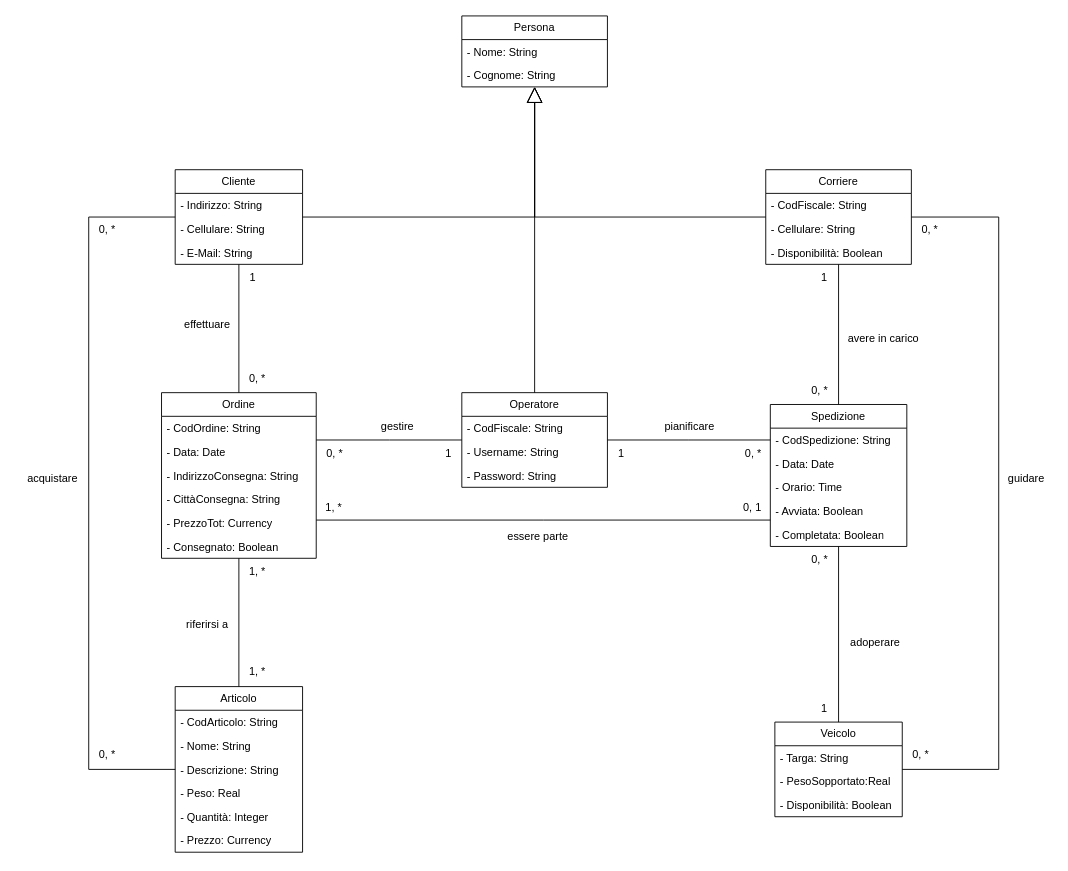
Earlier version of the draw.io diagram Basi di dati/ClassDiagram_UML.drawio (Gianluca-F/OOBD_Project). Source tidied: cells renumbered, new cells numbered last; positions are measured from the earlier drawing's top-left corner, leaving out a move shared by most shapes. Both pictures are drawn from the tidied source at 91%, with x=0, y=0 at pixel (15, 15).
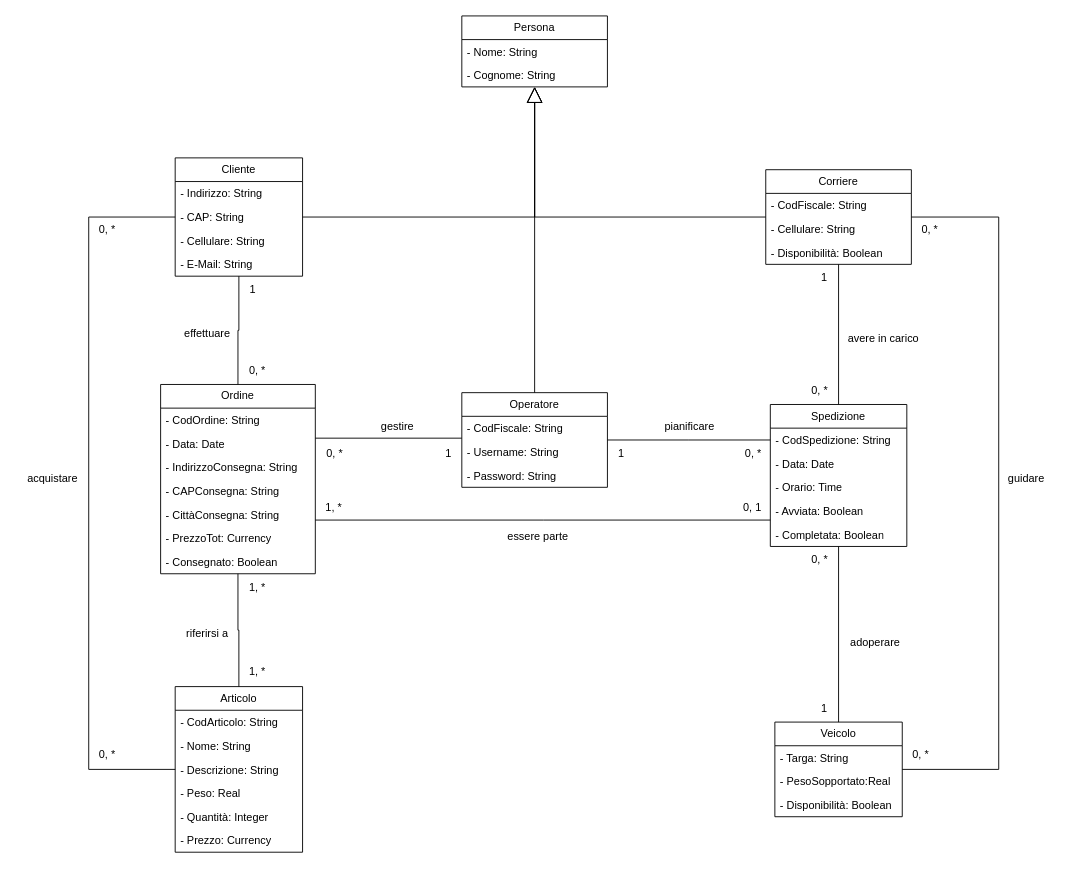
Above is the later version.

Unchanged cells that the change refers to:
```xml
<mxCell id="51" value="Operatore" style="swimlane;fontStyle=0;horizontal=1;startSize=26;fillColor=none;whiteSpace=wrap;html=1;" parent="1" vertex="1">
  <mxGeometry x="490" y="414" width="160" height="104" as="geometry" />
</mxCell>
```

Change to the diagram source:
```diff
@@
     <mxCell id="13" value="Cliente" style="swimlane;fontStyle=0;horizontal=1;startSize=26;fillColor=none;whiteSpace=wrap;html=1;" parent="1" vertex="1">
-      <mxGeometry x="175" y="169" width="140" height="104" as="geometry" />
+      <mxGeometry x="175" y="156" width="140" height="130" as="geometry" />
     </mxCell>
@@
+    <mxCell id="80" value="- CAP: String" style="text;strokeColor=none;fillColor=none;align=left;verticalAlign=top;spacingLeft=4;spacingRight=4;overflow=hidden;whiteSpace=wrap;html=1;" parent="13" vertex="1">
+      <mxGeometry y="52" width="140" height="26" as="geometry" />
+    </mxCell>
     <mxCell id="15" value="- Cellulare: String" style="text;strokeColor=none;fillColor=none;align=left;verticalAlign=top;spacingLeft=4;spacingRight=4;overflow=hidden;whiteSpace=wrap;html=1;" parent="13" vertex="1">
-      <mxGeometry y="52" width="140" height="26" as="geometry" />
+      <mxGeometry y="78" width="140" height="26" as="geometry" />
     </mxCell>
     <mxCell id="16" value="- E-Mail: String" style="text;strokeColor=none;fillColor=none;align=left;verticalAlign=top;spacingLeft=4;spacingRight=4;overflow=hidden;whiteSpace=wrap;html=1;" parent="13" vertex="1">
-      <mxGeometry y="78" width="140" height="26" as="geometry" />
+      <mxGeometry y="104" width="140" height="26" as="geometry" />
     </mxCell>
@@
     <mxCell id="18" value="Ordine" style="swimlane;fontStyle=0;horizontal=1;startSize=26;fillColor=none;whiteSpace=wrap;html=1;" parent="1" vertex="1">
-      <mxGeometry x="160" y="414" width="170" height="182" as="geometry" />
+      <mxGeometry x="159" y="405" width="170" height="208" as="geometry" />
     </mxCell>
@@
+    <mxCell id="81" value="- CAPConsegna: String" style="text;strokeColor=none;fillColor=none;align=left;verticalAlign=top;spacingLeft=4;spacingRight=4;overflow=hidden;whiteSpace=wrap;html=1;" parent="18" vertex="1">
+      <mxGeometry y="104" width="170" height="26" as="geometry" />
+    </mxCell>
     <mxCell id="22" value="- CittàConsegna: String" style="text;strokeColor=none;fillColor=none;align=left;verticalAlign=top;spacingLeft=4;spacingRight=4;overflow=hidden;whiteSpace=wrap;html=1;" parent="18" vertex="1">
-      <mxGeometry y="104" width="170" height="26" as="geometry" />
+      <mxGeometry y="130" width="170" height="26" as="geometry" />
     </mxCell>
     <mxCell id="23" value="- PrezzoTot: Currency" style="text;strokeColor=none;fillColor=none;align=left;verticalAlign=top;spacingLeft=4;spacingRight=4;overflow=hidden;whiteSpace=wrap;html=1;" parent="18" vertex="1">
-      <mxGeometry y="130" width="170" height="26" as="geometry" />
+      <mxGeometry y="156" width="170" height="26" as="geometry" />
     </mxCell>
     <mxCell id="24" value="- Consegnato: Boolean" style="text;strokeColor=none;fillColor=none;align=left;verticalAlign=top;spacingLeft=4;spacingRight=4;overflow=hidden;whiteSpace=wrap;html=1;" parent="18" vertex="1">
-      <mxGeometry y="156" width="170" height="26" as="geometry" />
+      <mxGeometry y="182" width="170" height="26" as="geometry" />
     </mxCell>
@@
     <mxCell id="30" value="effettuare" style="text;html=1;align=center;verticalAlign=middle;strokeColor=none;fillColor=none;" parent="1" vertex="1">
-      <mxGeometry x="175" y="324" width="70" height="30" as="geometry" />
+      <mxGeometry x="175" y="334" width="70" height="30" as="geometry" />
     </mxCell>
     <mxCell id="31" value="0, *" style="text;html=1;align=center;verticalAlign=middle;strokeColor=none;fillColor=none;" parent="1" vertex="1">
-      <mxGeometry x="245" y="384" width="40" height="30" as="geometry" />
+      <mxGeometry x="245" y="375" width="40" height="30" as="geometry" />
     </mxCell>
     <mxCell id="32" value="1" style="text;html=1;align=center;verticalAlign=middle;strokeColor=none;fillColor=none;" parent="1" vertex="1">
-      <mxGeometry x="245" y="273" width="30" height="30" as="geometry" />
+      <mxGeometry x="245" y="286" width="30" height="30" as="geometry" />
     </mxCell>
     <mxCell id="33" value="riferirsi a" style="text;html=1;align=center;verticalAlign=middle;strokeColor=none;fillColor=none;" parent="1" vertex="1">
-      <mxGeometry x="175" y="654" width="70" height="30" as="geometry" />
+      <mxGeometry x="175" y="664" width="70" height="30" as="geometry" />
     </mxCell>
@@
     <mxCell id="35" value="1, *" style="text;html=1;align=center;verticalAlign=middle;strokeColor=none;fillColor=none;" parent="1" vertex="1">
-      <mxGeometry x="245" y="596" width="40" height="30" as="geometry" />
+      <mxGeometry x="245" y="613" width="40" height="30" as="geometry" />
     </mxCell>
@@
-    <mxCell id="49" style="edgeStyle=orthogonalEdgeStyle;rounded=0;jettySize=auto;html=1;endArrow=none;endFill=0;" parent="1" edge="1" source="51">
-      <mxGeometry relative="1" as="geometry">
-        <mxPoint x="330" y="466" as="targetPoint" />
-      </mxGeometry>
-    </mxCell>
@@
+    <mxCell id="82" style="edgeStyle=orthogonalEdgeStyle;rounded=0;jettySize=auto;html=1;endArrow=none;endFill=0;" parent="1" edge="1" target="18">
+      <mxGeometry relative="1" as="geometry">
+        <mxPoint x="490" y="464" as="sourcePoint" />
+        <Array as="points">
+          <mxPoint x="490" y="464" />
+        </Array>
+      </mxGeometry>
+    </mxCell>
```
